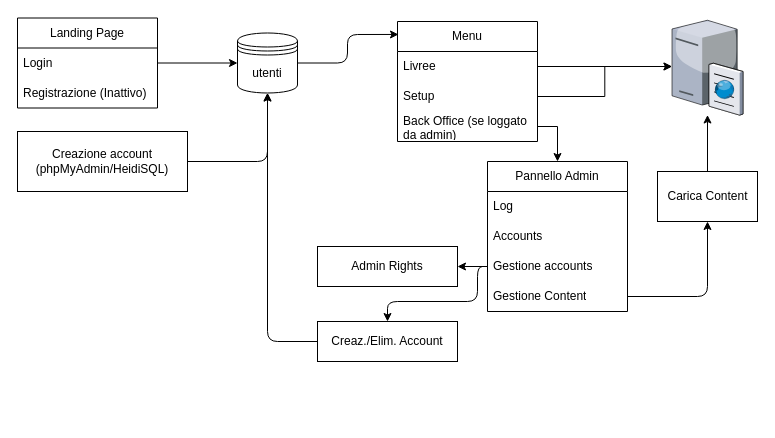
Above: page "Flow&Struct" (1 of 2) of schema.drawio in ForeverExe/BSR_Resources (draw.io), before the change. Source tidied: cells renumbered, new cells numbered last; positions are measured from the earlier drawing's top-left corner, leaving out a move shared by most shapes. Both pictures are drawn from the tidied source at 100%, with x=0, y=0 at pixel (17, 17).
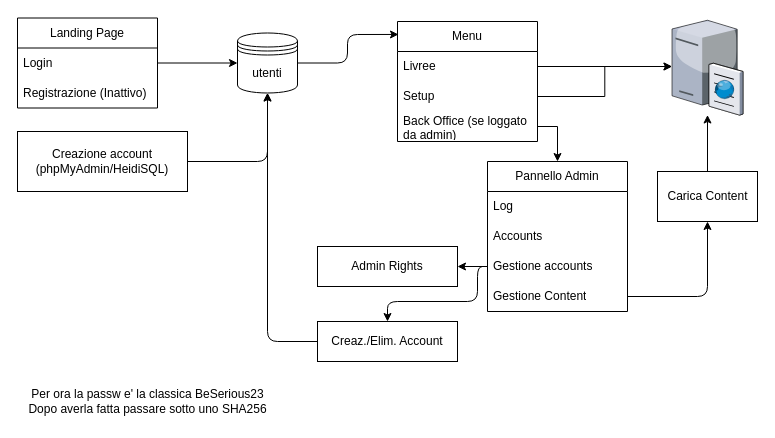
The same diagram, later.

Diff of the diagram source:
```diff
@@
+    <mxCell id="31" value="Per ora la passw e' la classica BeSerious23&lt;br&gt;Dopo averla fatta passare sotto uno SHA256" style="text;html=1;align=center;verticalAlign=middle;strokeColor=none;fillColor=none;" parent="1" vertex="1">
+      <mxGeometry y="364" width="260" height="40" as="geometry" />
+    </mxCell>
```
